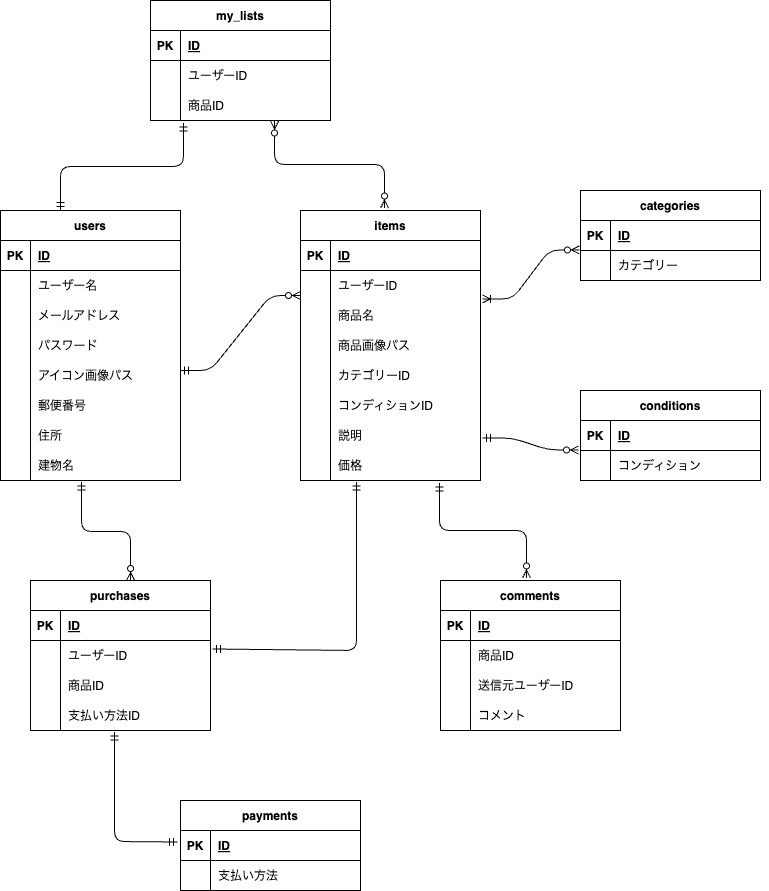
Above: docker/index.drawio.png in horiaya/pro-simulation (draw.io), before the change. Source tidied: cells renumbered, new cells last; positions are measured from the earlier drawing's top-left corner, leaving out a move shared by most shapes.
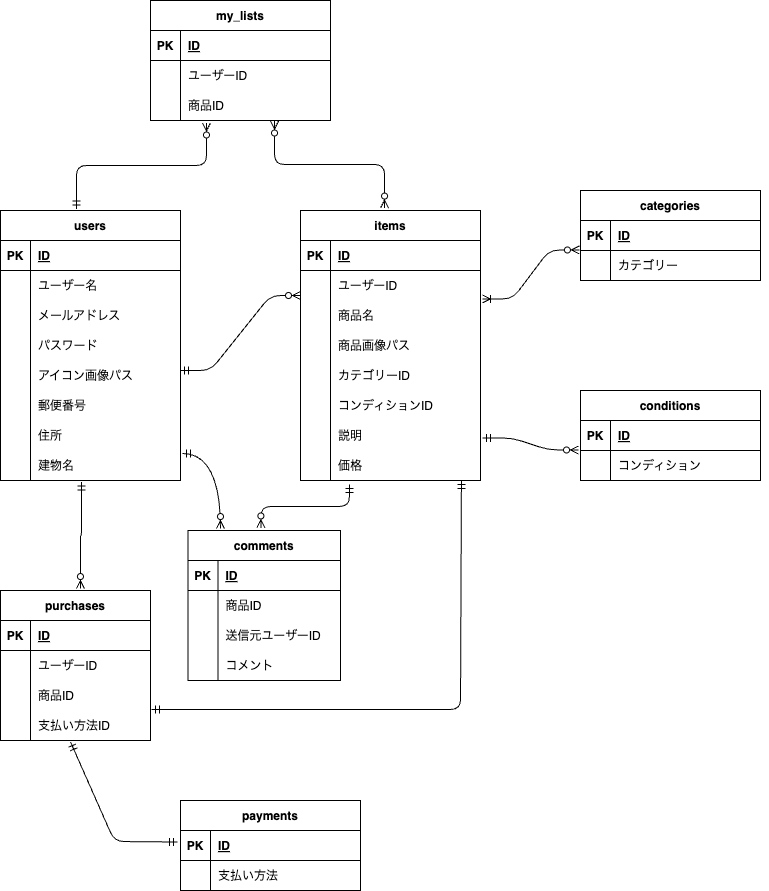
After the change.

What changed in the source:
```diff
@@ -228,43 +228,43 @@
       <mxGeometry relative="1" as="geometry" />
     </mxCell>
     <mxCell id="77" value="comments" style="shape=table;startSize=30;rowLines=0;fontStyle=1;align=center;" parent="1" vertex="1">
-      <mxGeometry x="440" y="580" width="180" height="150" as="geometry" />
+      <mxGeometry x="187.5" y="530" width="152.5" height="150" as="geometry" />
     </mxCell>
     <mxCell id="78" style="shape=tableRow;horizontal=0;startSize=0;swimlaneHead=0;swimlaneBody=0;fillColor=none;top=0;left=0;right=0;bottom=1;" parent="77" vertex="1">
-      <mxGeometry y="30" width="180" height="30" as="geometry" />
+      <mxGeometry y="30" width="152.5" height="30" as="geometry" />
     </mxCell>
     <mxCell id="79" value="PK" style="shape=partialRectangle;fillColor=none;top=0;left=0;bottom=0;right=0;fontStyle=1;overflow=hidden;" parent="78" vertex="1">
       <mxGeometry width="30" height="30" as="geometry" />
     </mxCell>
     <mxCell id="80" value="ID" style="shape=partialRectangle;fillColor=none;top=0;left=0;bottom=0;right=0;align=left;spacingLeft=6;fontStyle=5;overflow=hidden;" parent="78" vertex="1">
-      <mxGeometry x="30" width="150" height="30" as="geometry" />
+      <mxGeometry x="30" width="122.5" height="30" as="geometry" />
     </mxCell>
     <mxCell id="81" style="shape=tableRow;horizontal=0;startSize=0;swimlaneHead=0;swimlaneBody=0;fillColor=none;top=0;left=0;right=0;bottom=0;" parent="77" vertex="1">
-      <mxGeometry y="60" width="180" height="30" as="geometry" />
+      <mxGeometry y="60" width="152.5" height="30" as="geometry" />
     </mxCell>
     <mxCell id="82" style="shape=partialRectangle;fillColor=none;top=0;left=0;bottom=0;right=0;overflow=hidden;" parent="81" vertex="1">
       <mxGeometry width="30" height="30" as="geometry" />
     </mxCell>
     <mxCell id="83" value="商品ID" style="shape=partialRectangle;fillColor=none;top=0;left=0;bottom=0;right=0;align=left;spacingLeft=6;overflow=hidden;" parent="81" vertex="1">
-      <mxGeometry x="30" width="150" height="30" as="geometry" />
+      <mxGeometry x="30" width="122.5" height="30" as="geometry" />
     </mxCell>
     <mxCell id="84" style="shape=tableRow;horizontal=0;startSize=0;swimlaneHead=0;swimlaneBody=0;fillColor=none;top=0;left=0;right=0;bottom=0;" parent="77" vertex="1">
-      <mxGeometry y="90" width="180" height="30" as="geometry" />
+      <mxGeometry y="90" width="152.5" height="30" as="geometry" />
     </mxCell>
     <mxCell id="85" style="shape=partialRectangle;fillColor=none;top=0;left=0;bottom=0;right=0;overflow=hidden;" parent="84" vertex="1">
       <mxGeometry width="30" height="30" as="geometry" />
     </mxCell>
     <mxCell id="86" value="送信元ユーザーID" style="shape=partialRectangle;fillColor=none;top=0;left=0;bottom=0;right=0;align=left;spacingLeft=6;overflow=hidden;" parent="84" vertex="1">
-      <mxGeometry x="30" width="150" height="30" as="geometry" />
+      <mxGeometry x="30" width="122.5" height="30" as="geometry" />
     </mxCell>
     <mxCell id="87" style="shape=tableRow;horizontal=0;startSize=0;swimlaneHead=0;swimlaneBody=0;fillColor=none;top=0;left=0;right=0;bottom=0;" parent="77" vertex="1">
-      <mxGeometry y="120" width="180" height="30" as="geometry" />
+      <mxGeometry y="120" width="152.5" height="30" as="geometry" />
     </mxCell>
     <mxCell id="88" style="shape=partialRectangle;fillColor=none;top=0;left=0;bottom=0;right=0;overflow=hidden;" parent="87" vertex="1">
       <mxGeometry width="30" height="30" as="geometry" />
     </mxCell>
     <mxCell id="89" value="コメント" style="shape=partialRectangle;fillColor=none;top=0;left=0;bottom=0;right=0;align=left;spacingLeft=6;overflow=hidden;" parent="87" vertex="1">
-      <mxGeometry x="30" width="150" height="30" as="geometry" />
+      <mxGeometry x="30" width="122.5" height="30" as="geometry" />
     </mxCell>
     <mxCell id="90" value="payments" style="shape=table;startSize=30;rowLines=0;fontStyle=1;align=center;" parent="1" vertex="1">
       <mxGeometry x="180" y="800" width="180" height="90" as="geometry" />
@@ -288,43 +288,43 @@
       <mxGeometry x="30" width="150" height="30" as="geometry" />
     </mxCell>
     <mxCell id="97" value="purchases" style="shape=table;startSize=30;rowLines=0;fontStyle=1;align=center;" parent="1" vertex="1">
-      <mxGeometry x="30" y="580" width="180" height="150" as="geometry" />
+      <mxGeometry y="590" width="150" height="150" as="geometry" />
     </mxCell>
     <mxCell id="98" style="shape=tableRow;horizontal=0;startSize=0;swimlaneHead=0;swimlaneBody=0;fillColor=none;top=0;left=0;right=0;bottom=1;" parent="97" vertex="1">
-      <mxGeometry y="30" width="180" height="30" as="geometry" />
+      <mxGeometry y="30" width="150" height="30" as="geometry" />
     </mxCell>
     <mxCell id="99" value="PK" style="shape=partialRectangle;fillColor=none;top=0;left=0;bottom=0;right=0;fontStyle=1;overflow=hidden;" parent="98" vertex="1">
       <mxGeometry width="30" height="30" as="geometry" />
     </mxCell>
     <mxCell id="100" value="ID" style="shape=partialRectangle;fillColor=none;top=0;left=0;bottom=0;right=0;align=left;spacingLeft=6;fontStyle=5;overflow=hidden;" parent="98" vertex="1">
-      <mxGeometry x="30" width="150" height="30" as="geometry" />
+      <mxGeometry x="30" width="120" height="30" as="geometry" />
     </mxCell>
     <mxCell id="101" style="shape=tableRow;horizontal=0;startSize=0;swimlaneHead=0;swimlaneBody=0;fillColor=none;points=[[0,0.5],[1,0.5]];portConstraint=eastwest;top=0;left=0;right=0;bottom=0;" parent="97" vertex="1">
-      <mxGeometry y="60" width="180" height="30" as="geometry" />
+      <mxGeometry y="60" width="150" height="30" as="geometry" />
     </mxCell>
     <mxCell id="102" style="shape=partialRectangle;fillColor=none;top=0;left=0;bottom=0;right=0;overflow=hidden;" parent="101" vertex="1">
       <mxGeometry width="30" height="30" as="geometry" />
     </mxCell>
     <mxCell id="103" value="ユーザーID" style="shape=partialRectangle;fillColor=none;top=0;left=0;bottom=0;right=0;align=left;spacingLeft=6;overflow=hidden;" parent="101" vertex="1">
-      <mxGeometry x="30" width="150" height="30" as="geometry" />
+      <mxGeometry x="30" width="120" height="30" as="geometry" />
     </mxCell>
     <mxCell id="104" style="shape=tableRow;horizontal=0;startSize=0;swimlaneHead=0;swimlaneBody=0;fillColor=none;points=[[0,0.5],[1,0.5]];portConstraint=eastwest;top=0;left=0;right=0;bottom=0;" parent="97" vertex="1">
-      <mxGeometry y="90" width="180" height="30" as="geometry" />
+      <mxGeometry y="90" width="150" height="30" as="geometry" />
     </mxCell>
     <mxCell id="105" style="shape=partialRectangle;fillColor=none;top=0;left=0;bottom=0;right=0;overflow=hidden;" parent="104" vertex="1">
       <mxGeometry width="30" height="30" as="geometry" />
     </mxCell>
     <mxCell id="106" value="商品ID" style="shape=partialRectangle;fillColor=none;top=0;left=0;bottom=0;right=0;align=left;spacingLeft=6;overflow=hidden;" parent="104" vertex="1">
-      <mxGeometry x="30" width="150" height="30" as="geometry" />
+      <mxGeometry x="30" width="120" height="30" as="geometry" />
     </mxCell>
     <mxCell id="107" style="shape=tableRow;horizontal=0;startSize=0;swimlaneHead=0;swimlaneBody=0;fillColor=none;points=[[0,0.5],[1,0.5]];portConstraint=eastwest;top=0;left=0;right=0;bottom=0;" parent="97" vertex="1">
-      <mxGeometry y="120" width="180" height="30" as="geometry" />
+      <mxGeometry y="120" width="150" height="30" as="geometry" />
     </mxCell>
     <mxCell id="108" style="shape=partialRectangle;fillColor=none;top=0;left=0;bottom=0;right=0;overflow=hidden;" parent="107" vertex="1">
       <mxGeometry width="30" height="30" as="geometry" />
     </mxCell>
     <mxCell id="109" value="支払い方法ID" style="shape=partialRectangle;fillColor=none;top=0;left=0;bottom=0;right=0;align=left;spacingLeft=6;overflow=hidden;" parent="107" vertex="1">
-      <mxGeometry x="30" width="150" height="30" as="geometry" />
+      <mxGeometry x="30" width="120" height="30" as="geometry" />
     </mxCell>
     <mxCell id="110" style="edgeStyle=entityRelationEdgeStyle;fontSize=12;html=1;endArrow=ERzeroToMany;startArrow=ERmandOne;" parent="1" edge="1">
       <mxGeometry relative="1" as="geometry">
@@ -332,11 +332,6 @@
         <mxPoint x="300" y="295" as="targetPoint" />
       </mxGeometry>
     </mxCell>
-    <mxCell id="111" style="fontSize=12;html=1;endArrow=ERmandOne;startArrow=ERmandOne;edgeStyle=elbowEdgeStyle;elbow=vertical;entryX=0.183;entryY=1.083;entryDx=0;entryDy=0;entryPerimeter=0;" parent="1" edge="1" target="34">
-      <mxGeometry relative="1" as="geometry">
-        <mxPoint x="60" y="210" as="sourcePoint" />
-      </mxGeometry>
-    </mxCell>
     <mxCell id="112" style="edgeStyle=elbowEdgeStyle;fontSize=12;html=1;endArrow=ERzeroToMany;endFill=1;startArrow=ERzeroToMany;elbow=vertical;exitX=0.467;exitY=-0.009;exitDx=0;exitDy=0;exitPerimeter=0;entryX=0.689;entryY=1.017;entryDx=0;entryDy=0;entryPerimeter=0;" parent="1" edge="1" source="37" target="34">
       <mxGeometry relative="1" as="geometry" />
     </mxCell>
@@ -346,17 +341,17 @@
     <mxCell id="114" style="edgeStyle=entityRelationEdgeStyle;fontSize=12;html=1;endArrow=ERoneToMany;startArrow=ERzeroToMany;elbow=vertical;entryX=1.011;entryY=-0.05;entryDx=0;entryDy=0;entryPerimeter=0;exitX=-0.006;exitY=0.983;exitDx=0;exitDy=0;exitPerimeter=0;" parent="1" edge="1" source="63" target="44">
       <mxGeometry relative="1" as="geometry" />
     </mxCell>
-    <mxCell id="115" style="edgeStyle=elbowEdgeStyle;fontSize=12;html=1;endArrow=ERzeroToMany;startArrow=ERmandOne;elbow=vertical;exitX=0.772;exitY=1.083;exitDx=0;exitDy=0;exitPerimeter=0;entryX=0.478;entryY=-0.017;entryDx=0;entryDy=0;entryPerimeter=0;" parent="1" edge="1" source="59" target="77">
+    <mxCell id="115" style="edgeStyle=elbowEdgeStyle;fontSize=12;html=1;endArrow=ERzeroToMany;startArrow=ERmandOne;elbow=vertical;entryX=0.478;entryY=-0.017;entryDx=0;entryDy=0;entryPerimeter=0;exitX=0.272;exitY=1.133;exitDx=0;exitDy=0;exitPerimeter=0;" parent="1" edge="1" source="59" target="77">
       <mxGeometry relative="1" as="geometry" />
     </mxCell>
-    <mxCell id="116" style="fontSize=12;html=1;endArrow=ERmandOne;startArrow=ERmandOne;entryX=0.311;entryY=1.05;entryDx=0;entryDy=0;entryPerimeter=0;exitX=1.011;exitY=0.283;exitDx=0;exitDy=0;exitPerimeter=0;elbow=vertical;" parent="1" edge="1" source="101" target="59">
+    <mxCell id="116" style="fontSize=12;html=1;endArrow=ERmandOne;startArrow=ERmandOne;exitX=1.006;exitY=0.967;exitDx=0;exitDy=0;exitPerimeter=0;elbow=vertical;entryX=0.894;entryY=1;entryDx=0;entryDy=0;entryPerimeter=0;" parent="1" edge="1" source="104" target="59">
       <mxGeometry relative="1" as="geometry">
         <Array as="points">
-          <mxPoint x="356" y="650" />
+          <mxPoint x="460" y="709" />
         </Array>
       </mxGeometry>
     </mxCell>
-    <mxCell id="117" style="edgeStyle=elbowEdgeStyle;fontSize=12;html=1;endArrow=ERzeroToMany;startArrow=ERmandOne;exitX=0.45;exitY=1.05;exitDx=0;exitDy=0;exitPerimeter=0;entryX=0.556;entryY=0;entryDx=0;entryDy=0;entryPerimeter=0;elbow=vertical;" parent="1" edge="1" source="24" target="97">
+    <mxCell id="117" style="edgeStyle=elbowEdgeStyle;fontSize=12;html=1;endArrow=ERzeroToMany;startArrow=ERmandOne;exitX=0.45;exitY=1.05;exitDx=0;exitDy=0;exitPerimeter=0;elbow=vertical;entryX=0.533;entryY=-0.013;entryDx=0;entryDy=0;entryPerimeter=0;" parent="1" edge="1" source="24" target="97">
       <mxGeometry relative="1" as="geometry" />
     </mxCell>
     <mxCell id="118" style="fontSize=12;html=1;endArrow=ERmandOne;startArrow=ERmandOne;exitX=-0.017;exitY=0.383;exitDx=0;exitDy=0;exitPerimeter=0;elbow=vertical;entryX=0.467;entryY=1.05;entryDx=0;entryDy=0;entryPerimeter=0;" parent="1" edge="1" source="91" target="107">
@@ -366,5 +361,11 @@
         </Array>
       </mxGeometry>
     </mxCell>
+    <mxCell id="119" style="edgeStyle=elbowEdgeStyle;fontSize=12;html=1;endArrow=ERzeroToMany;startArrow=ERmandOne;elbow=vertical;entryX=0.311;entryY=1.083;entryDx=0;entryDy=0;entryPerimeter=0;exitX=0.422;exitY=-0.006;exitDx=0;exitDy=0;exitPerimeter=0;" parent="1" edge="1" source="2" target="34">
+      <mxGeometry relative="1" as="geometry" />
+    </mxCell>
+    <mxCell id="120" style="edgeStyle=orthogonalEdgeStyle;fontSize=12;html=1;endArrow=ERzeroToMany;startArrow=ERmandOne;exitX=1.011;exitY=0.1;exitDx=0;exitDy=0;exitPerimeter=0;entryX=0.213;entryY=-0.013;entryDx=0;entryDy=0;entryPerimeter=0;curved=1;" parent="1" edge="1" source="24" target="77">
+      <mxGeometry relative="1" as="geometry" />
+    </mxCell>
   </root>
 </mxGraphModel>
```
